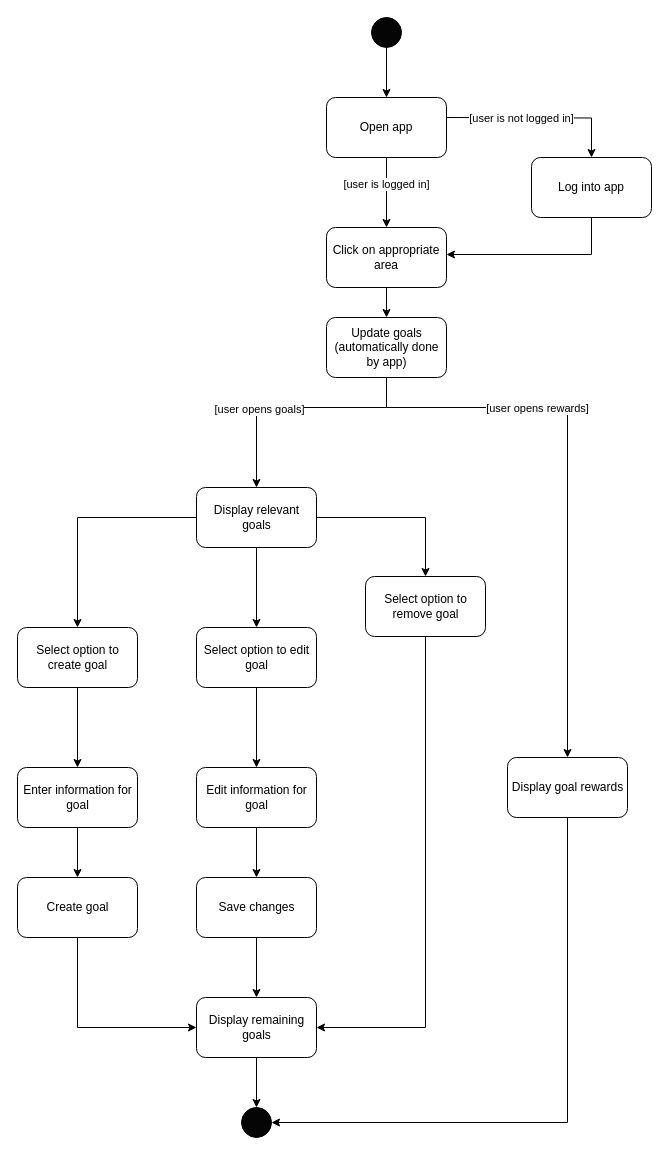
Above: ActivityDiagram_ViewSetGoals.drawio in ahammond3aws/DC2SEN (draw.io), before the change. Source tidied: cells renumbered, new cells numbered last; positions are measured from the earlier drawing's top-left corner, leaving out a move shared by most shapes. Both pictures are drawn from the tidied source at 100%, with x=0, y=0 at pixel (17, 17).
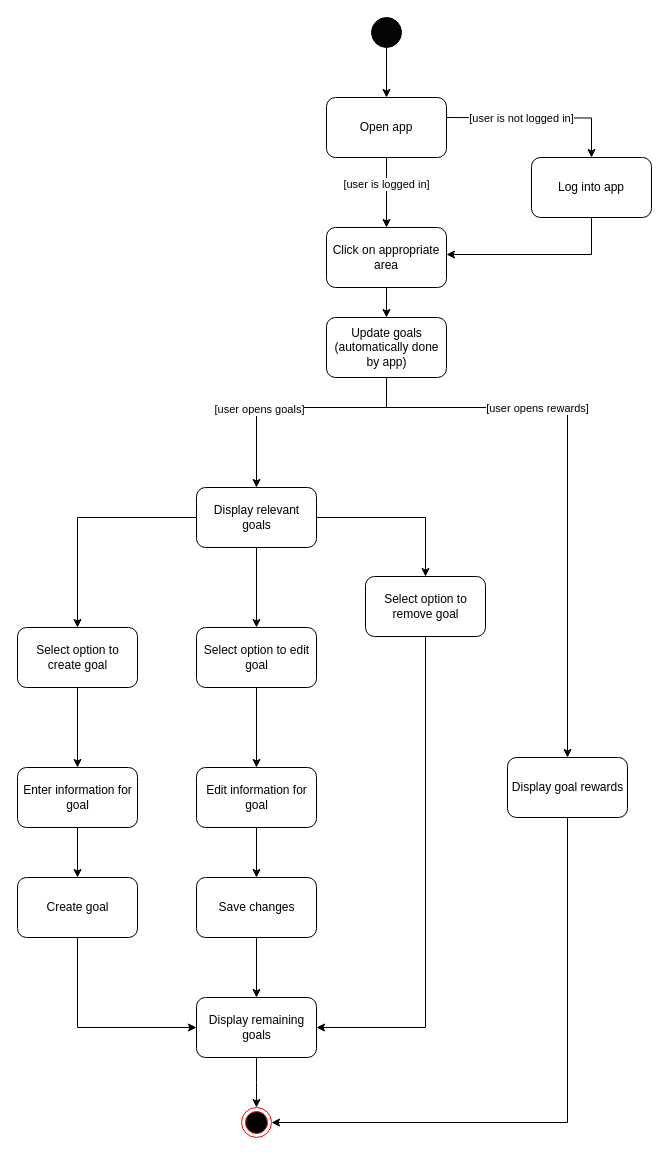
The same diagram, later.

Unchanged cells that the change refers to:
```xml
<mxCell id="33" value="Display remaining goals" style="rounded=1;whiteSpace=wrap;html=1;fillColor=#FFFFFF;spacingLeft=1;" parent="1" vertex="1">
  <mxGeometry x="179" y="980" width="120" height="60" as="geometry" />
</mxCell>
<mxCell id="39" value="Display goal rewards" style="rounded=1;whiteSpace=wrap;html=1;fillColor=#FFFFFF;spacingLeft=1;" parent="1" vertex="1">
  <mxGeometry x="490" y="740" width="120" height="60" as="geometry" />
</mxCell>
```

What changed in the source:
```diff
@@
-    <mxCell id="17" style="ellipse;whiteSpace=wrap;html=1;direction=east;fillColor=#050505;" parent="1" vertex="1">
-      <mxGeometry x="224" y="1090" width="30" height="30" as="geometry" />
-    </mxCell>
@@
-    <mxCell id="32" style="edgeStyle=orthogonalEdgeStyle;rounded=0;jettySize=auto;html=1;entryX=0.5;entryY=0;entryDx=0;entryDy=0;" parent="1" edge="1" source="33" target="17">
-      <mxGeometry relative="1" as="geometry" />
+    <mxCell id="32" style="edgeStyle=orthogonalEdgeStyle;rounded=0;jettySize=auto;html=1;entryX=0.5;entryY=0;entryDx=0;entryDy=0;" parent="1" edge="1" source="33">
+      <mxGeometry relative="1" as="geometry">
+        <mxPoint x="239" y="1090" as="targetPoint" />
+      </mxGeometry>
     </mxCell>
@@
-    <mxCell id="38" style="edgeStyle=orthogonalEdgeStyle;rounded=0;jettySize=auto;html=1;entryX=1;entryY=0.5;entryDx=0;entryDy=0;" parent="1" edge="1" source="39" target="17">
+    <mxCell id="38" style="edgeStyle=orthogonalEdgeStyle;rounded=0;jettySize=auto;html=1;entryX=1;entryY=0.5;entryDx=0;entryDy=0;" parent="1" edge="1" source="39">
       <mxGeometry relative="1" as="geometry">
+        <mxPoint x="254" y="1105" as="targetPoint" />
         <Array as="points">
           <mxPoint x="550" y="1105" />
         </Array>
       </mxGeometry>
     </mxCell>
@@
+    <mxCell id="41" style="ellipse;html=1;shape=endState;fillColor=#000000;strokeColor=#ff0000;" parent="1" vertex="1">
+      <mxGeometry x="224" y="1090" width="30" height="30" as="geometry" />
+    </mxCell>
```
